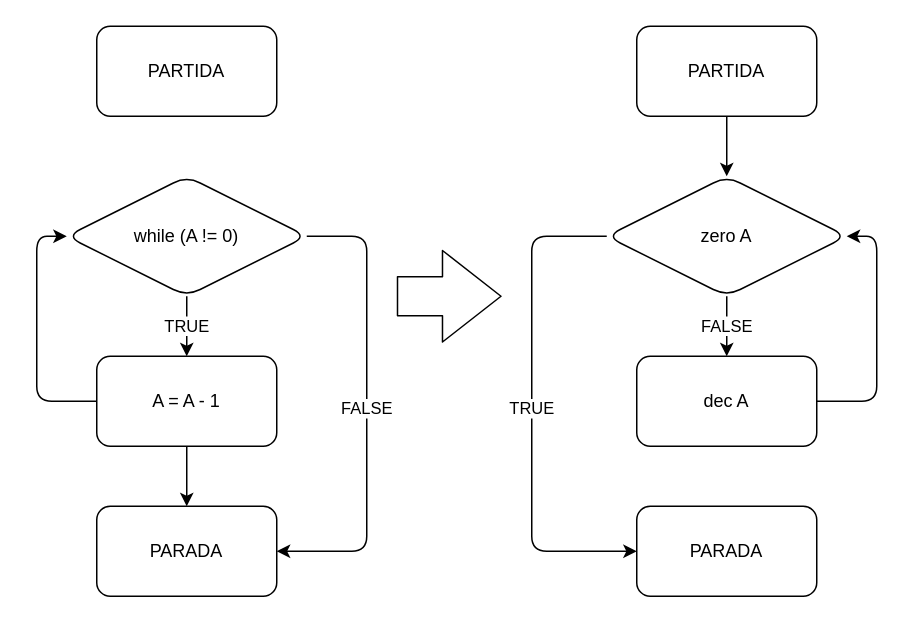
This is while.drawio from matheus-mcosta/TeoriaDaComputacao-N, a draw.io file, before an edit. Source tidied: cells renumbered, new cells numbered last; positions are measured from the earlier drawing's top-left corner, leaving out a move shared by most shapes. Both pictures are drawn from the tidied source at 150%, with x=0, y=0 at pixel (36, 26).
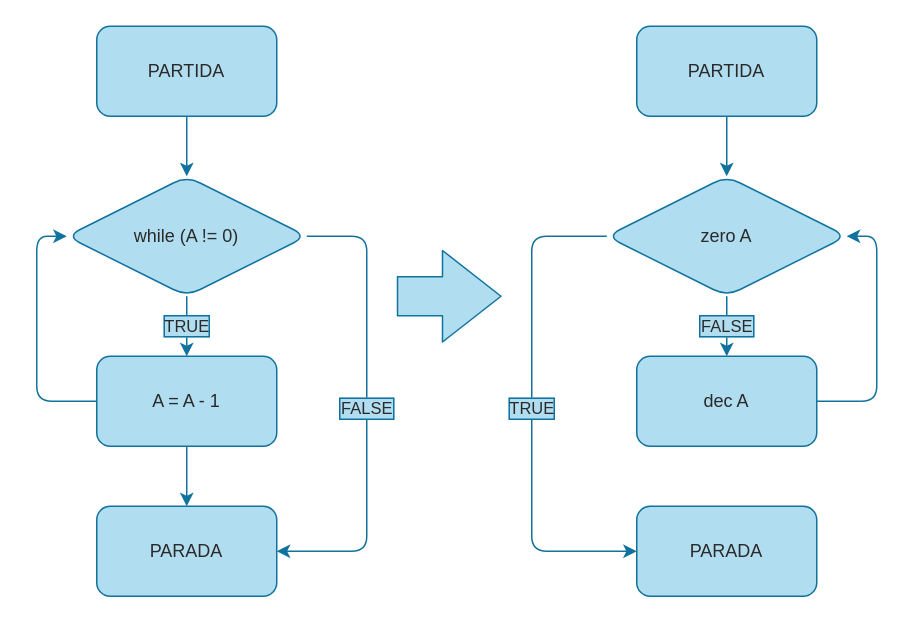
The same page after the edit.

The edit, as a diff of the source:
```diff
@@
-<mxGraphModel background="#ffffff">
+<mxGraphModel>
@@
-    <mxCell id="2" style="edgeStyle=none;html=1;" parent="1" edge="1" source="3" target="6">
+    <mxCell id="2" style="edgeStyle=none;html=1;fillColor=#b1ddf0;strokeColor=#10739e;" parent="1" edge="1" source="3" target="6">
       <mxGeometry relative="1" as="geometry" />
     </mxCell>
-    <mxCell id="3" value="PARTIDA" style="rounded=1;whiteSpace=wrap;html=1;" parent="1" vertex="1">
+    <mxCell id="3" value="PARTIDA" style="rounded=1;whiteSpace=wrap;html=1;fillColor=#b1ddf0;strokeColor=#10739e;labelBackgroundColor=none;fontColor=#2A2A2A;" parent="1" vertex="1">
       <mxGeometry x="400" width="120" height="60" as="geometry" />
     </mxCell>
-    <mxCell id="4" value="FALSE" style="edgeStyle=none;html=1;" parent="1" edge="1" source="6" target="8">
+    <mxCell id="4" value="FALSE" style="edgeStyle=none;html=1;fillColor=#b1ddf0;strokeColor=#10739e;labelBackgroundColor=#b1ddf0;fontColor=#2A2A2A;labelBorderColor=#10739e;" parent="1" edge="1" source="6" target="8">
       <mxGeometry relative="1" as="geometry" />
     </mxCell>
-    <mxCell id="5" value="TRUE&lt;br&gt;" style="edgeStyle=none;html=1;" parent="1" edge="1" source="6" target="9">
+    <mxCell id="5" value="TRUE&lt;br&gt;" style="edgeStyle=none;html=1;fillColor=#b1ddf0;strokeColor=#10739e;fontColor=#2A2A2A;labelBackgroundColor=#b1ddf0;labelBorderColor=#10739e;" parent="1" edge="1" source="6" target="9">
       <mxGeometry relative="1" as="geometry">
         <Array as="points">
           <mxPoint x="330" y="140" />
           <mxPoint x="330" y="350" />
         </Array>
       </mxGeometry>
     </mxCell>
-    <mxCell id="6" value="zero A" style="rhombus;whiteSpace=wrap;html=1;rounded=1;" parent="1" vertex="1">
+    <mxCell id="6" value="zero A" style="rhombus;whiteSpace=wrap;html=1;rounded=1;fillColor=#b1ddf0;strokeColor=#10739e;labelBackgroundColor=none;fontColor=#2A2A2A;" parent="1" vertex="1">
       <mxGeometry x="380" y="100" width="160" height="80" as="geometry" />
     </mxCell>
-    <mxCell id="7" style="edgeStyle=none;html=1;" parent="1" edge="1" source="8" target="6">
+    <mxCell id="7" style="edgeStyle=none;html=1;fillColor=#b1ddf0;strokeColor=#10739e;" parent="1" edge="1" source="8" target="6">
       <mxGeometry relative="1" as="geometry">
         <Array as="points">
           <mxPoint x="560" y="250" />
           <mxPoint x="560" y="140" />
         </Array>
       </mxGeometry>
     </mxCell>
-    <mxCell id="8" value="dec A" style="whiteSpace=wrap;html=1;rounded=1;" parent="1" vertex="1">
+    <mxCell id="8" value="dec A" style="whiteSpace=wrap;html=1;rounded=1;fillColor=#b1ddf0;strokeColor=#10739e;labelBackgroundColor=none;fontColor=#2A2A2A;" parent="1" vertex="1">
       <mxGeometry x="400" y="220" width="120" height="60" as="geometry" />
     </mxCell>
-    <mxCell id="9" value="PARADA" style="whiteSpace=wrap;html=1;rounded=1;" parent="1" vertex="1">
+    <mxCell id="9" value="PARADA" style="whiteSpace=wrap;html=1;rounded=1;fillColor=#b1ddf0;strokeColor=#10739e;labelBackgroundColor=none;fontColor=#2A2A2A;" parent="1" vertex="1">
       <mxGeometry x="400" y="320" width="120" height="60" as="geometry" />
     </mxCell>
+    <mxCell id="19" style="edgeStyle=none;html=1;labelBackgroundColor=none;fontColor=#2A2A2A;fillColor=#b1ddf0;strokeColor=#10739e;" parent="1" edge="1" source="10" target="13">
+      <mxGeometry relative="1" as="geometry" />
+    </mxCell>
-    <mxCell id="10" value="PARTIDA" style="rounded=1;whiteSpace=wrap;html=1;" parent="1" vertex="1">
+    <mxCell id="10" value="PARTIDA" style="rounded=1;whiteSpace=wrap;html=1;fillColor=#b1ddf0;strokeColor=#10739e;labelBackgroundColor=none;fontColor=#2A2A2A;" parent="1" vertex="1">
       <mxGeometry x="40" width="120" height="60" as="geometry" />
     </mxCell>
-    <mxCell id="11" value="TRUE" style="edgeStyle=none;html=1;" parent="1" edge="1" source="13" target="16">
+    <mxCell id="11" value="TRUE" style="edgeStyle=none;html=1;fillColor=#b1ddf0;strokeColor=#10739e;fontColor=#2A2A2A;labelBackgroundColor=#b1ddf0;labelBorderColor=#10739e;" parent="1" edge="1" source="13" target="16">
       <mxGeometry relative="1" as="geometry" />
     </mxCell>
-    <mxCell id="12" value="FALSE" style="edgeStyle=none;html=1;" parent="1" edge="1" source="13" target="17">
+    <mxCell id="12" value="FALSE" style="edgeStyle=none;html=1;fillColor=#b1ddf0;strokeColor=#10739e;fontColor=#2A2A2A;labelBackgroundColor=#b1ddf0;labelBorderColor=#10739e;" parent="1" edge="1" source="13" target="17">
       <mxGeometry relative="1" as="geometry">
         <Array as="points">
           <mxPoint x="220" y="140" />
           <mxPoint x="220" y="350" />
         </Array>
       </mxGeometry>
     </mxCell>
-    <mxCell id="13" value="while (A != 0)" style="rhombus;whiteSpace=wrap;html=1;rounded=1;" parent="1" vertex="1">
+    <mxCell id="13" value="while (A != 0)" style="rhombus;whiteSpace=wrap;html=1;rounded=1;fillColor=#b1ddf0;strokeColor=#10739e;labelBackgroundColor=none;fontColor=#2A2A2A;" parent="1" vertex="1">
       <mxGeometry x="20" y="100" width="160" height="80" as="geometry" />
     </mxCell>
-    <mxCell id="14" style="edgeStyle=none;html=1;" parent="1" edge="1" source="16" target="13">
+    <mxCell id="14" style="edgeStyle=none;html=1;fillColor=#b1ddf0;strokeColor=#10739e;" parent="1" edge="1" source="16" target="13">
       <mxGeometry relative="1" as="geometry">
         <Array as="points">
           <mxPoint y="250" />
           <mxPoint y="140" />
         </Array>
       </mxGeometry>
     </mxCell>
-    <mxCell id="15" style="edgeStyle=none;html=1;" parent="1" edge="1" source="16" target="17">
+    <mxCell id="15" style="edgeStyle=none;html=1;fillColor=#b1ddf0;strokeColor=#10739e;" parent="1" edge="1" source="16" target="17">
       <mxGeometry relative="1" as="geometry" />
     </mxCell>
-    <mxCell id="16" value="A = A - 1" style="whiteSpace=wrap;html=1;rounded=1;" parent="1" vertex="1">
+    <mxCell id="16" value="A = A - 1" style="whiteSpace=wrap;html=1;rounded=1;fillColor=#b1ddf0;strokeColor=#10739e;labelBackgroundColor=none;fontColor=#2A2A2A;" parent="1" vertex="1">
       <mxGeometry x="40" y="220" width="120" height="60" as="geometry" />
     </mxCell>
-    <mxCell id="17" value="PARADA" style="whiteSpace=wrap;html=1;rounded=1;" parent="1" vertex="1">
+    <mxCell id="17" value="PARADA" style="whiteSpace=wrap;html=1;rounded=1;fillColor=#b1ddf0;strokeColor=#10739e;labelBackgroundColor=none;fontColor=#2A2A2A;" parent="1" vertex="1">
       <mxGeometry x="40" y="320" width="120" height="60" as="geometry" />
     </mxCell>
-    <mxCell id="18" style="shape=flexArrow;endArrow=classic;html=1;endWidth=34;endSize=12.67;width=26;" parent="1" edge="1">
+    <mxCell id="18" style="shape=flexArrow;endArrow=classic;html=1;endWidth=34;endSize=12.67;width=26;fillColor=#b1ddf0;strokeColor=#10739e;" parent="1" edge="1">
       <mxGeometry relative="1" as="geometry">
         <mxPoint x="240" y="180" as="sourcePoint" />
         <mxPoint x="310" y="180" as="targetPoint" />
       </mxGeometry>
     </mxCell>
```
